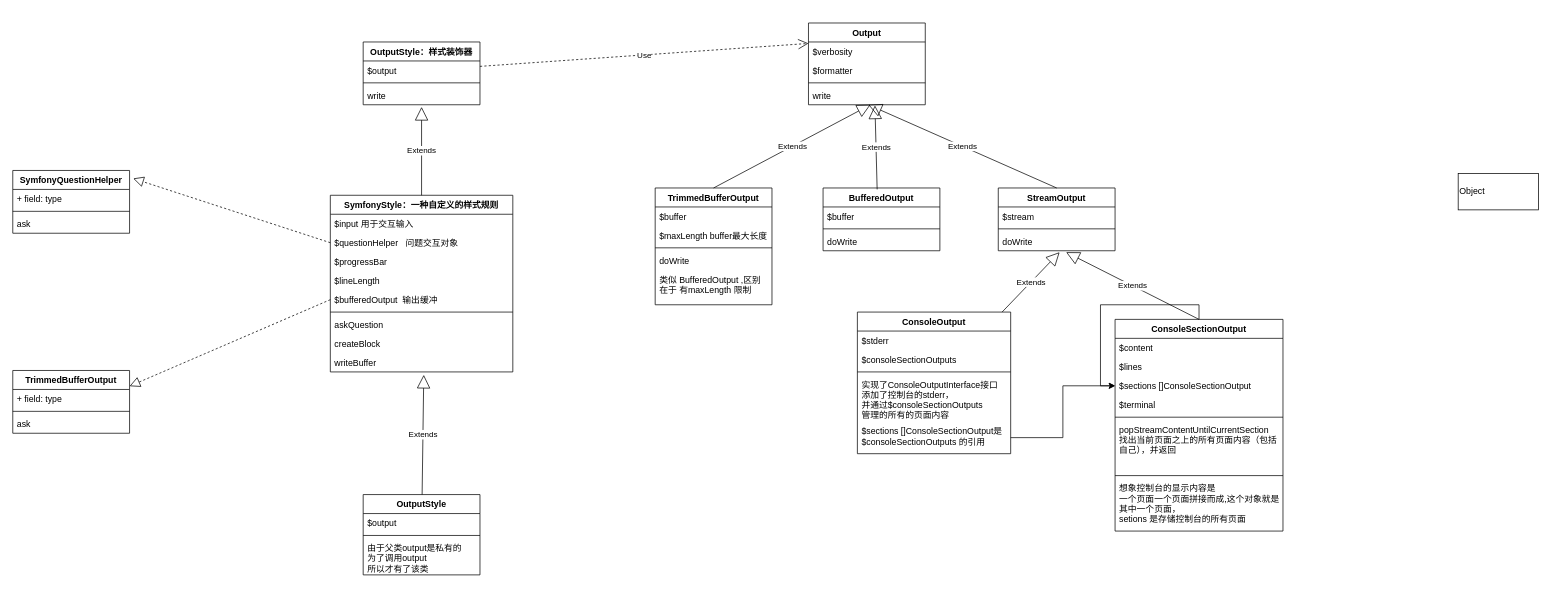
The draw.io diagram page "IO-output" (3 of 3) of draw.io/lumen/command.drawio in liaoque/php-old-project, before the edit. Source tidied: cells renumbered, new cells numbered last; positions are measured from the earlier drawing's top-left corner, leaving out a move shared by most shapes. Both pictures are drawn from the tidied source at 73%, with x=0, y=0 at pixel (12, 23).
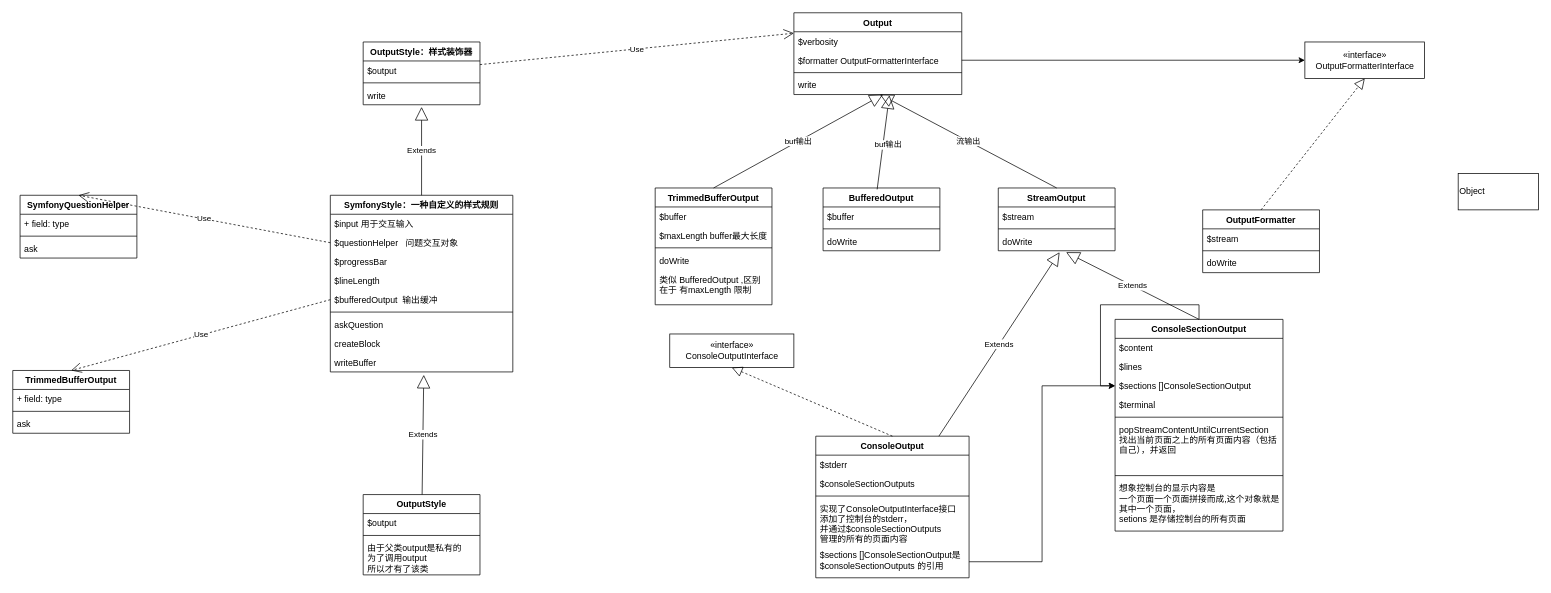
The same diagram, later.

Unchanged cells that the change refers to:
```xml
<mxCell id="8" value="$questionHelper   问题交互对象" style="text;strokeColor=none;fillColor=none;align=left;verticalAlign=top;spacingLeft=4;spacingRight=4;overflow=hidden;points=[[0,0.5],[1,0.5]];portConstraint=eastwest;" parent="6" vertex="1">
  <mxGeometry y="52" width="250" height="26" as="geometry" />
</mxCell>
<mxCell id="11" value="$bufferedOutput  输出缓冲" style="text;strokeColor=none;fillColor=none;align=left;verticalAlign=top;spacingLeft=4;spacingRight=4;overflow=hidden;points=[[0,0.5],[1,0.5]];portConstraint=eastwest;" parent="6" vertex="1">
  <mxGeometry y="130" width="250" height="26" as="geometry" />
</mxCell>
<mxCell id="29" value="BufferedOutput" style="swimlane;fontStyle=1;align=center;verticalAlign=top;horizontal=1;startSize=26;" parent="1" vertex="1">
  <mxGeometry x="1110" y="226" width="160" height="86" as="geometry" />
</mxCell>
<mxCell id="33" value="StreamOutput" style="swimlane;fontStyle=1;align=center;verticalAlign=top;horizontal=1;startSize=26;" parent="1" vertex="1">
  <mxGeometry x="1350" y="226" width="160" height="86" as="geometry" />
</mxCell>
<mxCell id="51" value="TrimmedBufferOutput" style="swimlane;fontStyle=1;align=center;verticalAlign=top;horizontal=1;startSize=26;" parent="1" vertex="1">
  <mxGeometry y="476" width="160" height="86" as="geometry" />
</mxCell>
<mxCell id="67" value="TrimmedBufferOutput" style="swimlane;fontStyle=1;align=center;verticalAlign=top;horizontal=1;startSize=26;" parent="1" vertex="1">
  <mxGeometry x="880" y="226" width="160" height="160" as="geometry" />
</mxCell>
```

The edit, as a diff of the source:
```diff
@@
     <mxCell id="22" value="Output" style="swimlane;fontStyle=1;align=center;verticalAlign=top;horizontal=1;startSize=26;" parent="1" vertex="1">
-      <mxGeometry x="1090" width="160" height="112" as="geometry" />
+      <mxGeometry x="1070" y="-14" width="230" height="112" as="geometry" />
     </mxCell>
     <mxCell id="23" value="$verbosity" style="text;strokeColor=none;fillColor=none;align=left;verticalAlign=top;spacingLeft=4;spacingRight=4;overflow=hidden;" parent="22" vertex="1">
-      <mxGeometry y="26" width="160" height="26" as="geometry" />
+      <mxGeometry y="26" width="230" height="26" as="geometry" />
     </mxCell>
-    <mxCell id="24" value="$formatter" style="text;strokeColor=none;fillColor=none;align=left;verticalAlign=top;spacingLeft=4;spacingRight=4;overflow=hidden;points=[[0,0.5],[1,0.5]];portConstraint=eastwest;" parent="22" vertex="1">
-      <mxGeometry y="52" width="160" height="26" as="geometry" />
+    <mxCell id="24" value="$formatter OutputFormatterInterface" style="text;strokeColor=none;fillColor=none;align=left;verticalAlign=top;spacingLeft=4;spacingRight=4;overflow=hidden;points=[[0,0.5],[1,0.5]];portConstraint=eastwest;" parent="22" vertex="1">
+      <mxGeometry y="52" width="230" height="26" as="geometry" />
     </mxCell>
     <mxCell id="25" style="line;strokeWidth=1;fillColor=none;align=left;verticalAlign=middle;spacingTop=-1;spacingLeft=3;spacingRight=3;labelPosition=right;" parent="22" vertex="1">
-      <mxGeometry y="78" width="160" height="8" as="geometry" />
+      <mxGeometry y="78" width="230" height="8" as="geometry" />
     </mxCell>
     <mxCell id="26" value="write" style="text;strokeColor=none;fillColor=none;align=left;verticalAlign=top;spacingLeft=4;spacingRight=4;overflow=hidden;points=[[0,0.5],[1,0.5]];portConstraint=eastwest;" parent="22" vertex="1">
-      <mxGeometry y="86" width="160" height="26" as="geometry" />
+      <mxGeometry y="86" width="230" height="26" as="geometry" />
     </mxCell>
@@
     <mxCell id="37" value="ConsoleOutput" style="swimlane;fontStyle=1;align=center;verticalAlign=top;horizontal=1;startSize=26;" parent="1" vertex="1">
-      <mxGeometry x="1157" y="396" width="210" height="194" as="geometry" />
+      <mxGeometry x="1100" y="566" width="210" height="194" as="geometry" />
     </mxCell>
@@
-    <mxCell id="43" value="Extends" style="endArrow=block;endSize=16;endFill=0;html=1;rounded=0;exitX=0.463;exitY=0.023;exitDx=0;exitDy=0;exitPerimeter=0;entryX=0.569;entryY=1.038;entryDx=0;entryDy=0;entryPerimeter=0;" parent="1" edge="1" source="29" target="26">
-      <mxGeometry relative="1" as="geometry" />
+    <mxCell id="43" value="buf输出" style="endArrow=block;endSize=16;endFill=0;html=1;rounded=0;exitX=0.463;exitY=0.023;exitDx=0;exitDy=0;exitPerimeter=0;entryX=0.569;entryY=1.038;entryDx=0;entryDy=0;entryPerimeter=0;" parent="1" edge="1" source="29" target="26">
+      <mxGeometry x="-0.04" y="-7" relative="1" as="geometry" />
     </mxCell>
-    <mxCell id="44" value="Extends" style="endArrow=block;endSize=16;endFill=0;html=1;rounded=0;exitX=0.5;exitY=0;exitDx=0;exitDy=0;entryX=0.513;entryY=1;entryDx=0;entryDy=0;entryPerimeter=0;" parent="1" edge="1" source="33" target="26">
+    <mxCell id="44" value="流输出" style="endArrow=block;endSize=16;endFill=0;html=1;rounded=0;exitX=0.5;exitY=0;exitDx=0;exitDy=0;entryX=0.513;entryY=1;entryDx=0;entryDy=0;entryPerimeter=0;" parent="1" edge="1" source="33" target="26">
       <mxGeometry relative="1" as="geometry" />
     </mxCell>
@@
     <mxCell id="46" value="SymfonyQuestionHelper" style="swimlane;fontStyle=1;align=center;verticalAlign=top;horizontal=1;startSize=26;" parent="1" vertex="1">
-      <mxGeometry y="202" width="160" height="86" as="geometry" />
+      <mxGeometry x="10" y="236" width="160" height="86" as="geometry" />
     </mxCell>
@@
-    <mxCell id="50" style="endArrow=block;dashed=1;endFill=0;endSize=12;html=1;rounded=0;exitX=0;exitY=0.5;exitDx=0;exitDy=0;entryX=1.031;entryY=0.128;entryDx=0;entryDy=0;entryPerimeter=0;" parent="1" edge="1" source="8" target="46">
-      <mxGeometry relative="1" as="geometry" />
-    </mxCell>
@@
-    <mxCell id="55" style="endArrow=block;dashed=1;endFill=0;endSize=12;html=1;rounded=0;exitX=0;exitY=0.5;exitDx=0;exitDy=0;entryX=1;entryY=0.25;entryDx=0;entryDy=0;" parent="1" edge="1" source="11" target="51">
-      <mxGeometry relative="1" as="geometry" />
-    </mxCell>
@@
-    <mxCell id="73" value="Extends" style="endArrow=block;endSize=16;endFill=0;html=1;rounded=0;exitX=0.5;exitY=0;exitDx=0;exitDy=0;entryX=0.531;entryY=1;entryDx=0;entryDy=0;entryPerimeter=0;" parent="1" edge="1" source="67" target="26">
+    <mxCell id="73" value="buf输出" style="endArrow=block;endSize=16;endFill=0;html=1;rounded=0;exitX=0.5;exitY=0;exitDx=0;exitDy=0;entryX=0.531;entryY=1;entryDx=0;entryDy=0;entryPerimeter=0;" parent="1" edge="1" source="67" target="26">
       <mxGeometry relative="1" as="geometry" />
     </mxCell>
@@
+    <mxCell id="75" value="OutputFormatter" style="swimlane;fontStyle=1;align=center;verticalAlign=top;horizontal=1;startSize=26;" parent="1" vertex="1">
+      <mxGeometry x="1630" y="256" width="160" height="86" as="geometry" />
+    </mxCell>
+    <mxCell id="76" value="$stream" style="text;strokeColor=none;fillColor=none;align=left;verticalAlign=top;spacingLeft=4;spacingRight=4;overflow=hidden;" parent="75" vertex="1">
+      <mxGeometry y="26" width="160" height="26" as="geometry" />
+    </mxCell>
+    <mxCell id="77" style="line;strokeWidth=1;fillColor=none;align=left;verticalAlign=middle;spacingTop=-1;spacingLeft=3;spacingRight=3;labelPosition=right;" parent="75" vertex="1">
+      <mxGeometry y="52" width="160" height="8" as="geometry" />
+    </mxCell>
+    <mxCell id="78" value="doWrite" style="text;strokeColor=none;fillColor=none;align=left;verticalAlign=top;spacingLeft=4;spacingRight=4;overflow=hidden;" parent="75" vertex="1">
+      <mxGeometry y="60" width="160" height="26" as="geometry" />
+    </mxCell>
+    <mxCell id="79" style="edgeStyle=orthogonalEdgeStyle;rounded=0;jettySize=auto;html=1;exitX=1;exitY=0.5;exitDx=0;exitDy=0;entryX=0;entryY=0.5;entryDx=0;entryDy=0;" parent="1" edge="1" source="24" target="80">
+      <mxGeometry relative="1" as="geometry" />
+    </mxCell>
+    <mxCell id="80" value="«interface»&lt;br&gt;&lt;span style=&quot;text-align: left&quot;&gt;OutputFormatterInterface&lt;/span&gt;" style="html=1;" parent="1" vertex="1">
+      <mxGeometry x="1770" y="26" width="164" height="50" as="geometry" />
+    </mxCell>
+    <mxCell id="81" value="«interface»&lt;br&gt;&lt;span style=&quot;text-align: left&quot;&gt;ConsoleOutputInterface&lt;/span&gt;" style="html=1;" parent="1" vertex="1">
+      <mxGeometry x="900" y="426" width="170" height="46" as="geometry" />
+    </mxCell>
+    <mxCell id="82" style="endArrow=block;dashed=1;endFill=0;endSize=12;html=1;rounded=0;entryX=0.5;entryY=1;entryDx=0;entryDy=0;exitX=0.5;exitY=0;exitDx=0;exitDy=0;" parent="1" edge="1" source="37" target="81">
+      <mxGeometry relative="1" as="geometry" />
+    </mxCell>
+    <mxCell id="83" style="endArrow=block;dashed=1;endFill=0;endSize=12;html=1;rounded=0;exitX=0.5;exitY=0;exitDx=0;exitDy=0;entryX=0.5;entryY=1;entryDx=0;entryDy=0;" parent="1" edge="1" source="75" target="80">
+      <mxGeometry relative="1" as="geometry" />
+    </mxCell>
+    <mxCell id="55" value="Use" style="endArrow=open;endSize=12;dashed=1;html=1;rounded=0;entryX=0.5;entryY=0;entryDx=0;entryDy=0;exitX=0;exitY=0.5;exitDx=0;exitDy=0;" parent="1" edge="1" source="11" target="51">
+      <mxGeometry relative="1" as="geometry" />
+    </mxCell>
+    <mxCell id="50" value="Use" style="endArrow=open;endSize=12;dashed=1;html=1;rounded=0;entryX=0.5;entryY=0;entryDx=0;entryDy=0;exitX=0;exitY=0.5;exitDx=0;exitDy=0;" parent="1" edge="1" source="8" target="46">
+      <mxGeometry relative="1" as="geometry" />
+    </mxCell>
```
